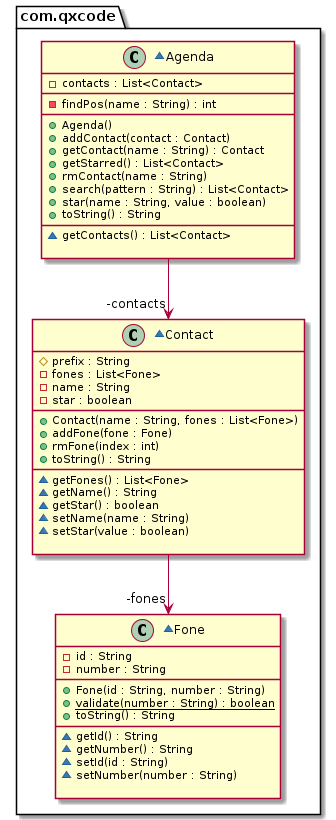
Earlier version of the PlantUML export Trabalhos/016/diagrama.png (Atilio-Luiz/poo_2022_1). Source of this version:
```plantuml
@startuml
package com.qxcode {
  ~class Agenda {
    - contacts : List<Contact>
    __
    - findPos(name : String) : int
    __
    + Agenda()
    + addContact(contact : Contact)
    + getContact(name : String) : Contact
    + getStarred() : List<Contact>
    + rmContact(name : String)
    + search(pattern : String) : List<Contact>
    + star(name : String, value : boolean)
    + toString() : String
    __
    ~ getContacts() : List<Contact>

  }
  ~class Contact {
    # prefix : String
    - fones : List<Fone>
    - name : String
    - star : boolean
    __
    + Contact(name : String, fones : List<Fone>)
    + addFone(fone : Fone)
    + rmFone(index : int)
    + toString() : String
    __
    ~ getFones() : List<Fone>
    ~ getName() : String
    ~ getStar() : boolean
    ~ setName(name : String)
    ~ setStar(value : boolean)

  }
  ~class Fone {
    - id : String
    - number : String
    __
    + Fone(id : String, number : String)
    + validate(number : String) : boolean {static}
    + toString() : String
    __
    ~ getId() : String
    ~ getNumber() : String
    ~ setId(id : String)
    ~ setNumber(number : String)

  }
}
Contact -->  "-fones" Fone
Agenda -->  "-contacts" Contact
@enduml
```
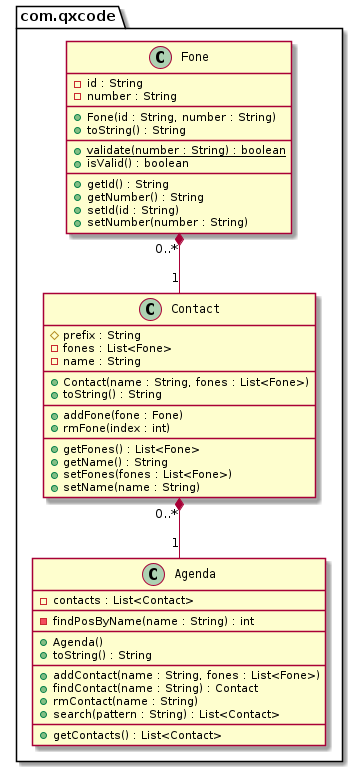
The same diagram one commit later.

What changed in the source:
```diff
@@ -1,55 +1,58 @@
 @startuml
+
+skinparam classFontName Monospaced
+
 package com.qxcode {
-  ~class Agenda {
+  class Agenda {
     - contacts : List<Contact>
     __
-    - findPos(name : String) : int
+    - findPosByName(name : String) : int
     __
     + Agenda()
-    + addContact(contact : Contact)
-    + getContact(name : String) : Contact
-    + getStarred() : List<Contact>
+    + toString() : String
+    __
+    + addContact(name : String, fones : List<Fone>)
+    + findContact(name : String) : Contact
     + rmContact(name : String)
     + search(pattern : String) : List<Contact>
-    + star(name : String, value : boolean)
-    + toString() : String
     __
-    ~ getContacts() : List<Contact>
+    + getContacts() : List<Contact>
+  }
 
-  }
-  ~class Contact {
+  class Contact {
     # prefix : String
     - fones : List<Fone>
     - name : String
-    - star : boolean
     __
     + Contact(name : String, fones : List<Fone>)
+    + toString() : String
+    __
     + addFone(fone : Fone)
     + rmFone(index : int)
-    + toString() : String
     __
-    ~ getFones() : List<Fone>
-    ~ getName() : String
-    ~ getStar() : boolean
-    ~ setName(name : String)
-    ~ setStar(value : boolean)
+    + getFones() : List<Fone>
+    + getName() : String
+    + setFones(fones : List<Fone>)
+    + setName(name : String)
+  }
 
-  }
-  ~class Fone {
+  class Fone {
     - id : String
     - number : String
     __
     + Fone(id : String, number : String)
-    + validate(number : String) : boolean {static}
     + toString() : String
     __
-    ~ getId() : String
-    ~ getNumber() : String
-    ~ setId(id : String)
-    ~ setNumber(number : String)
-
+    + validate(number : String) : boolean {static}
+    + isValid() : boolean
+    __
+    + getId() : String
+    + getNumber() : String
+    + setId(id : String)
+    + setNumber(number : String)
   }
 }
-Contact -->  "-fones" Fone
-Agenda -->  "-contacts" Contact
+
+Fone "0..*" *-- "1" Contact
+Contact "0..*" *-- "1" Agenda
 @enduml
```
